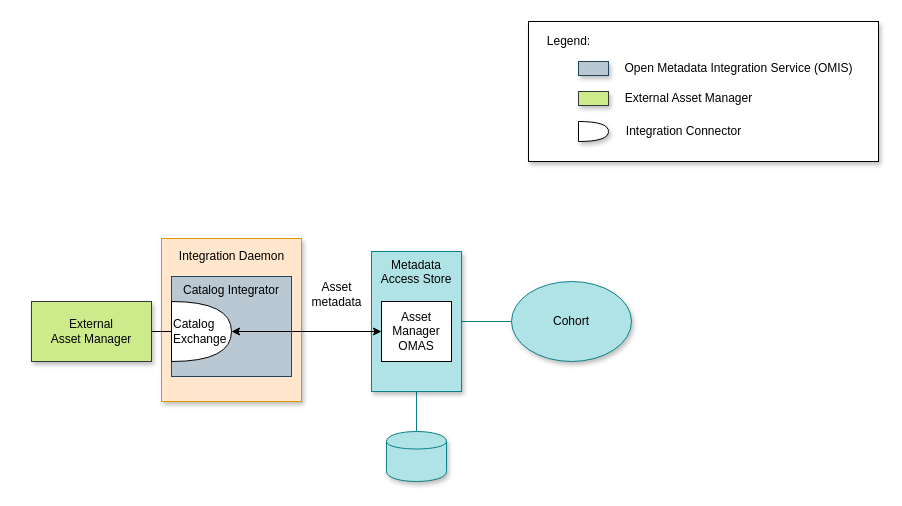
Earlier version of the draw.io diagram page "external-asset-manager" (1 of 4) of site/docs/features/external-identifiers/external-identifiers.drawio (odpi/egeria-docs). Source tidied: cells renumbered, new cells numbered last; positions are measured from the earlier drawing's top-left corner, leaving out a move shared by most shapes. Both pictures are drawn from the tidied source at 100%, with x=0, y=0 at pixel (31, 21).
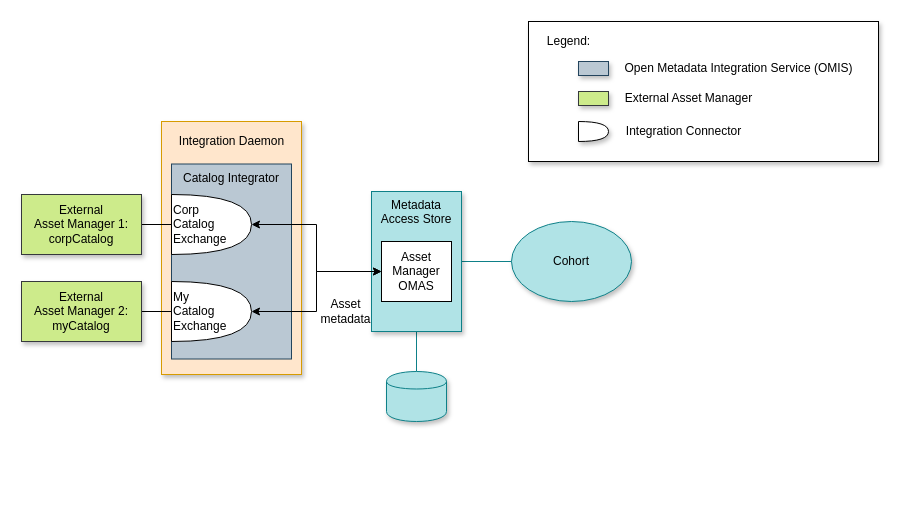
The same diagram, later.

Diff of the diagram source:
```diff
@@
     <mxCell id="3" value="Cohort" style="ellipse;whiteSpace=wrap;html=1;fillColor=#b0e3e6;strokeColor=#0e8088;shadow=1;" parent="1" vertex="1">
-      <mxGeometry x="480" y="260" width="120" height="80" as="geometry" />
+      <mxGeometry x="480" y="200" width="120" height="80" as="geometry" />
     </mxCell>
@@
     <mxCell id="5" style="shape=cylinder;whiteSpace=wrap;html=1;boundedLbl=1;backgroundOutline=1;fillColor=#b0e3e6;strokeColor=#0e8088;shadow=1;" parent="1" vertex="1">
-      <mxGeometry x="355" y="410" width="60" height="50" as="geometry" />
+      <mxGeometry x="355" y="350" width="60" height="50" as="geometry" />
     </mxCell>
@@
     <mxCell id="7" value="Metadata Access Store" style="rounded=0;whiteSpace=wrap;html=1;verticalAlign=top;fillColor=#b0e3e6;strokeColor=#0e8088;shadow=1;" parent="1" vertex="1">
-      <mxGeometry x="340" y="230" width="90" height="140" as="geometry" />
+      <mxGeometry x="340" y="170" width="90" height="140" as="geometry" />
     </mxCell>
     <mxCell id="8" value="Asset&lt;br&gt;Manager&lt;br&gt;OMAS" style="rounded=0;whiteSpace=wrap;html=1;" parent="1" vertex="1">
-      <mxGeometry x="350" y="280" width="70" height="60" as="geometry" />
+      <mxGeometry x="350" y="220" width="70" height="60" as="geometry" />
     </mxCell>
     <mxCell id="9" style="rounded=0;whiteSpace=wrap;html=1;fillColor=#ffe6cc;strokeColor=#d79b00;shadow=1;" parent="1" vertex="1">
-      <mxGeometry x="130" y="217" width="140" height="163" as="geometry" />
+      <mxGeometry x="130" y="100" width="140" height="253" as="geometry" />
     </mxCell>
@@
-    <mxCell id="11" value="External&lt;br&gt;Asset Manager" style="rounded=0;whiteSpace=wrap;html=1;fillColor=#cdeb8b;strokeColor=#36393d;shadow=1;" parent="1" vertex="1">
-      <mxGeometry y="280" width="120" height="60" as="geometry" />
+    <mxCell id="11" value="External&lt;br&gt;Asset Manager 1:&lt;br&gt;corpCatalog" style="rounded=0;whiteSpace=wrap;html=1;fillColor=#cdeb8b;strokeColor=#36393d;shadow=1;" parent="1" vertex="1">
+      <mxGeometry x="-10" y="173" width="120" height="60" as="geometry" />
     </mxCell>
     <mxCell id="12" value="Catalog Integrator" style="rounded=0;whiteSpace=wrap;html=1;verticalAlign=top;fillColor=#bac8d3;strokeColor=#23445d;" parent="1" vertex="1">
-      <mxGeometry x="140" y="255" width="120" height="100" as="geometry" />
+      <mxGeometry x="140" y="142.5" width="120" height="195" as="geometry" />
     </mxCell>
@@
-    <mxCell id="14" value="Catalog&lt;br&gt;Exchange" style="shape=or;whiteSpace=wrap;html=1;align=left;" parent="1" vertex="1">
-      <mxGeometry x="140" y="280" width="60" height="60" as="geometry" />
+    <mxCell id="14" value="Corp&lt;br&gt;Catalog&lt;br&gt;Exchange" style="shape=or;whiteSpace=wrap;html=1;align=left;" parent="1" vertex="1">
+      <mxGeometry x="140" y="173" width="80" height="60" as="geometry" />
     </mxCell>
     <mxCell id="15" value="Asset&lt;br&gt;metadata" style="text;html=1;align=center;verticalAlign=middle;" parent="1" vertex="1">
-      <mxGeometry x="270" y="258" width="70" height="30" as="geometry" />
+      <mxGeometry x="279" y="275" width="70" height="30" as="geometry" />
     </mxCell>
     <mxCell id="16" value="Integration Daemon" style="text;html=1;align=center;verticalAlign=middle;" parent="1" vertex="1">
-      <mxGeometry x="140" y="225" width="120" height="20" as="geometry" />
+      <mxGeometry x="140" y="110" width="120" height="20" as="geometry" />
     </mxCell>
@@
+    <mxCell id="24" style="edgeStyle=none;rounded=0;jettySize=auto;html=1;entryX=0;entryY=0.5;entryDx=0;entryDy=0;entryPerimeter=0;endArrow=none;endFill=0;" parent="1" edge="1" source="25" target="27">
+      <mxGeometry relative="1" as="geometry" />
+    </mxCell>
+    <mxCell id="25" value="External&lt;br&gt;Asset Manager 2:&lt;br&gt;myCatalog" style="rounded=0;whiteSpace=wrap;html=1;fillColor=#cdeb8b;strokeColor=#36393d;shadow=1;" parent="1" vertex="1">
+      <mxGeometry x="-10" y="260" width="120" height="60" as="geometry" />
+    </mxCell>
+    <mxCell id="26" style="edgeStyle=orthogonalEdgeStyle;rounded=0;jettySize=auto;html=1;exitX=1;exitY=0.5;exitDx=0;exitDy=0;exitPerimeter=0;entryX=0;entryY=0.5;entryDx=0;entryDy=0;startArrow=classic;startFill=1;" parent="1" edge="1" source="27" target="8">
+      <mxGeometry relative="1" as="geometry" />
+    </mxCell>
+    <mxCell id="27" value="My&lt;br&gt;Catalog&lt;br&gt;Exchange" style="shape=or;whiteSpace=wrap;html=1;align=left;" parent="1" vertex="1">
+      <mxGeometry x="140" y="260" width="80" height="60" as="geometry" />
+    </mxCell>
```
